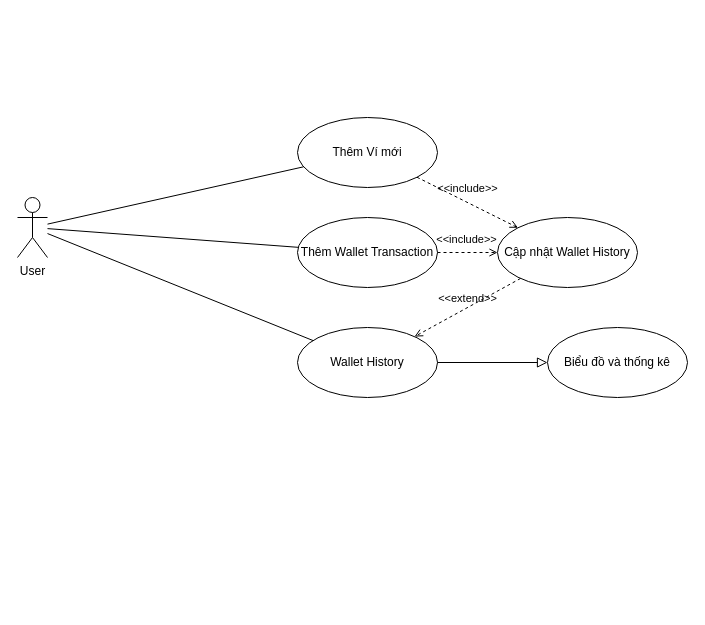
The draw.io diagram design UML/WalletManagement.drawio in vulm-neo01/financial-management, before the edit. Source tidied: cells renumbered, new cells numbered last; positions are measured from the earlier drawing's top-left corner, leaving out a move shared by most shapes. Both pictures are drawn from the tidied source at 100%, with x=0, y=0 at pixel (17, 117).
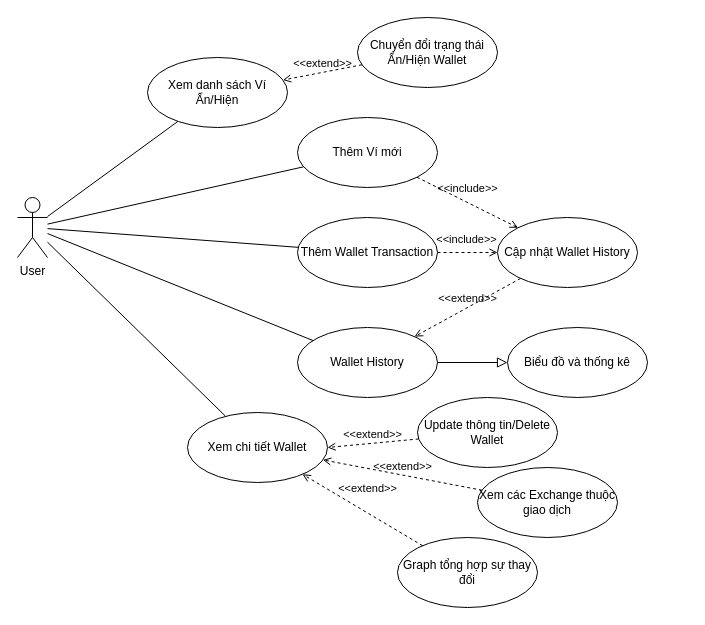
The same page after the edit.

Unchanged cells that the change refers to:
```xml
<mxCell id="2" value="User" style="shape=umlActor;verticalLabelPosition=bottom;verticalAlign=top;html=1;outlineConnect=0;" parent="1" vertex="1">
  <mxGeometry y="80" width="30" height="60" as="geometry" />
</mxCell>
```

The edit, as a diff of the source:
```diff
@@
     <mxCell id="13" value="Biểu đồ và thống kê" style="ellipse;whiteSpace=wrap;html=1;" parent="1" vertex="1">
-      <mxGeometry x="530" y="210" width="140" height="70" as="geometry" />
+      <mxGeometry x="490" y="210" width="140" height="70" as="geometry" />
     </mxCell>
@@
+    <mxCell id="16" value="Xem chi tiết Wallet" style="ellipse;whiteSpace=wrap;html=1;" parent="1" vertex="1">
+      <mxGeometry x="170" y="295" width="140" height="70" as="geometry" />
+    </mxCell>
+    <mxCell id="17" style="endArrow=none;html=1;rounded=0;" parent="1" edge="1" source="2" target="16">
+      <mxGeometry relative="1" as="geometry" />
+    </mxCell>
+    <mxCell id="18" value="Update thông tin/Delete Wallet" style="ellipse;whiteSpace=wrap;html=1;" parent="1" vertex="1">
+      <mxGeometry x="400" y="280" width="140" height="70" as="geometry" />
+    </mxCell>
+    <mxCell id="19" value="Xem các Exchange thuộc giao dịch" style="ellipse;whiteSpace=wrap;html=1;" parent="1" vertex="1">
+      <mxGeometry x="460" y="350" width="140" height="70" as="geometry" />
+    </mxCell>
+    <mxCell id="20" value="Graph tổng hợp sự thay đổi" style="ellipse;whiteSpace=wrap;html=1;" parent="1" vertex="1">
+      <mxGeometry x="380" y="420" width="140" height="70" as="geometry" />
+    </mxCell>
+    <mxCell id="21" value="&amp;lt;&amp;lt;extend&amp;gt;&amp;gt;" style="html=1;verticalAlign=bottom;labelBackgroundColor=none;endArrow=open;endFill=0;dashed=1;rounded=0;entryX=1;entryY=0.5;entryDx=0;entryDy=0;" parent="1" edge="1" source="18" target="16">
+      <mxGeometry relative="1" as="geometry" />
+    </mxCell>
+    <mxCell id="22" value="&amp;lt;&amp;lt;extend&amp;gt;&amp;gt;" style="html=1;verticalAlign=bottom;labelBackgroundColor=none;endArrow=open;endFill=0;dashed=1;rounded=0;" parent="1" edge="1" source="19" target="16">
+      <mxGeometry relative="1" as="geometry" />
+    </mxCell>
+    <mxCell id="23" value="&amp;lt;&amp;lt;extend&amp;gt;&amp;gt;" style="html=1;verticalAlign=bottom;labelBackgroundColor=none;endArrow=open;endFill=0;dashed=1;rounded=0;" parent="1" edge="1" source="20" target="16">
+      <mxGeometry x="0.03" y="-13" relative="1" as="geometry" />
+    </mxCell>
+    <mxCell id="24" value="Xem danh sách Ví Ẩn/Hiện" style="ellipse;whiteSpace=wrap;html=1;" parent="1" vertex="1">
+      <mxGeometry x="130" y="-60" width="140" height="70" as="geometry" />
+    </mxCell>
+    <mxCell id="25" style="endArrow=none;html=1;rounded=0;" parent="1" edge="1" source="2" target="24">
+      <mxGeometry relative="1" as="geometry" />
+    </mxCell>
+    <mxCell id="26" value="Chuyển đổi trạng thái Ẩn/Hiện Wallet" style="ellipse;whiteSpace=wrap;html=1;" parent="1" vertex="1">
+      <mxGeometry x="340" y="-100" width="140" height="70" as="geometry" />
+    </mxCell>
+    <mxCell id="27" value="&amp;lt;&amp;lt;extend&amp;gt;&amp;gt;" style="html=1;verticalAlign=bottom;labelBackgroundColor=none;endArrow=open;endFill=0;dashed=1;rounded=0;" parent="1" edge="1" source="26" target="24">
+      <mxGeometry relative="1" as="geometry" />
+    </mxCell>
```
